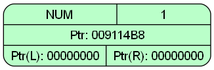
Earlier version of the Graphviz export dump.png (YegorGr/Differentiator). Its source is kept beside it as dump.dot.
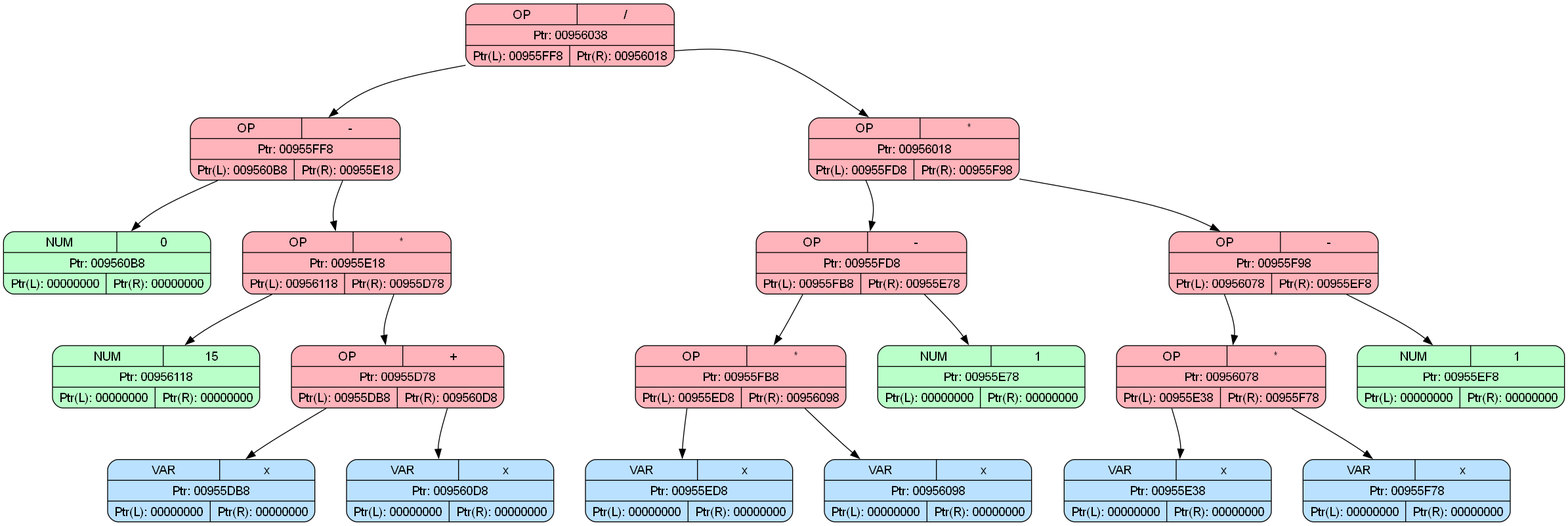
The same file after the commit.

The edit, as a diff of the source:
```diff
@@ -4,5 +4,41 @@
     ranksep=0.8;
     splines=curved;
     node [fontname="Arial"];
-    node_009114B8 [shape=Mrecord, style=filled, fillcolor="#BAFFC9", label="{ { NUM | 1 } | Ptr: 009114B8 | { <left> Ptr(L): 00000000 | <right> Ptr(R): 00000000 } }"];
+    node_00956038 [shape=Mrecord, style=filled, fillcolor="#FFB3BA", label="{ { OP | / } | Ptr: 00956038 | { <left> Ptr(L): 00955FF8 | <right> Ptr(R): 00956018 } }"];
+    node_00955FF8 [shape=Mrecord, style=filled, fillcolor="#FFB3BA", label="{ { OP | - } | Ptr: 00955FF8 | { <left> Ptr(L): 009560B8 | <right> Ptr(R): 00955E18 } }"];
+    node_009560B8 [shape=Mrecord, style=filled, fillcolor="#BAFFC9", label="{ { NUM | 0 } | Ptr: 009560B8 | { <left> Ptr(L): 00000000 | <right> Ptr(R): 00000000 } }"];
+    node_00955FF8:left -> node_009560B8
+    node_00955E18 [shape=Mrecord, style=filled, fillcolor="#FFB3BA", label="{ { OP | * } | Ptr: 00955E18 | { <left> Ptr(L): 00956118 | <right> Ptr(R): 00955D78 } }"];
+    node_00956118 [shape=Mrecord, style=filled, fillcolor="#BAFFC9", label="{ { NUM | 15 } | Ptr: 00956118 | { <left> Ptr(L): 00000000 | <right> Ptr(R): 00000000 } }"];
+    node_00955E18:left -> node_00956118
+    node_00955D78 [shape=Mrecord, style=filled, fillcolor="#FFB3BA", label="{ { OP | + } | Ptr: 00955D78 | { <left> Ptr(L): 00955DB8 | <right> Ptr(R): 009560D8 } }"];
+    node_00955DB8 [shape=Mrecord, style=filled, fillcolor="#BAE1FF", label="{ { VAR | x } | Ptr: 00955DB8 | { <left> Ptr(L): 00000000 | <right> Ptr(R): 00000000 } }"];
+    node_00955D78:left -> node_00955DB8
+    node_009560D8 [shape=Mrecord, style=filled, fillcolor="#BAE1FF", label="{ { VAR | x } | Ptr: 009560D8 | { <left> Ptr(L): 00000000 | <right> Ptr(R): 00000000 } }"];
+    node_00955D78:right -> node_009560D8
+    node_00955E18:right -> node_00955D78
+    node_00955FF8:right -> node_00955E18
+    node_00956038:left -> node_00955FF8
+    node_00956018 [shape=Mrecord, style=filled, fillcolor="#FFB3BA", label="{ { OP | * } | Ptr: 00956018 | { <left> Ptr(L): 00955FD8 | <right> Ptr(R): 00955F98 } }"];
+    node_00955FD8 [shape=Mrecord, style=filled, fillcolor="#FFB3BA", label="{ { OP | - } | Ptr: 00955FD8 | { <left> Ptr(L): 00955FB8 | <right> Ptr(R): 00955E78 } }"];
+    node_00955FB8 [shape=Mrecord, style=filled, fillcolor="#FFB3BA", label="{ { OP | * } | Ptr: 00955FB8 | { <left> Ptr(L): 00955ED8 | <right> Ptr(R): 00956098 } }"];
+    node_00955ED8 [shape=Mrecord, style=filled, fillcolor="#BAE1FF", label="{ { VAR | x } | Ptr: 00955ED8 | { <left> Ptr(L): 00000000 | <right> Ptr(R): 00000000 } }"];
+    node_00955FB8:left -> node_00955ED8
+    node_00956098 [shape=Mrecord, style=filled, fillcolor="#BAE1FF", label="{ { VAR | x } | Ptr: 00956098 | { <left> Ptr(L): 00000000 | <right> Ptr(R): 00000000 } }"];
+    node_00955FB8:right -> node_00956098
+    node_00955FD8:left -> node_00955FB8
+    node_00955E78 [shape=Mrecord, style=filled, fillcolor="#BAFFC9", label="{ { NUM | 1 } | Ptr: 00955E78 | { <left> Ptr(L): 00000000 | <right> Ptr(R): 00000000 } }"];
+    node_00955FD8:right -> node_00955E78
+    node_00956018:left -> node_00955FD8
+    node_00955F98 [shape=Mrecord, style=filled, fillcolor="#FFB3BA", label="{ { OP | - } | Ptr: 00955F98 | { <left> Ptr(L): 00956078 | <right> Ptr(R): 00955EF8 } }"];
+    node_00956078 [shape=Mrecord, style=filled, fillcolor="#FFB3BA", label="{ { OP | * } | Ptr: 00956078 | { <left> Ptr(L): 00955E38 | <right> Ptr(R): 00955F78 } }"];
+    node_00955E38 [shape=Mrecord, style=filled, fillcolor="#BAE1FF", label="{ { VAR | x } | Ptr: 00955E38 | { <left> Ptr(L): 00000000 | <right> Ptr(R): 00000000 } }"];
+    node_00956078:left -> node_00955E38
+    node_00955F78 [shape=Mrecord, style=filled, fillcolor="#BAE1FF", label="{ { VAR | x } | Ptr: 00955F78 | { <left> Ptr(L): 00000000 | <right> Ptr(R): 00000000 } }"];
+    node_00956078:right -> node_00955F78
+    node_00955F98:left -> node_00956078
+    node_00955EF8 [shape=Mrecord, style=filled, fillcolor="#BAFFC9", label="{ { NUM | 1 } | Ptr: 00955EF8 | { <left> Ptr(L): 00000000 | <right> Ptr(R): 00000000 } }"];
+    node_00955F98:right -> node_00955EF8
+    node_00956018:right -> node_00955F98
+    node_00956038:right -> node_00956018
 }
```
